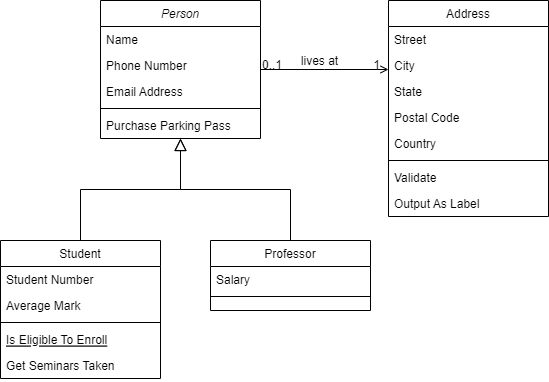
Before: Module4/ProgrammingAssignment/ChapterThirteenExercise/GeometricObjectUML.png, a diagram exported from draw.io (njlowhorn/Java_Class). Source tidied: cells renumbered, new cells last; positions are measured from the earlier drawing's top-left corner, leaving out a move shared by most shapes.
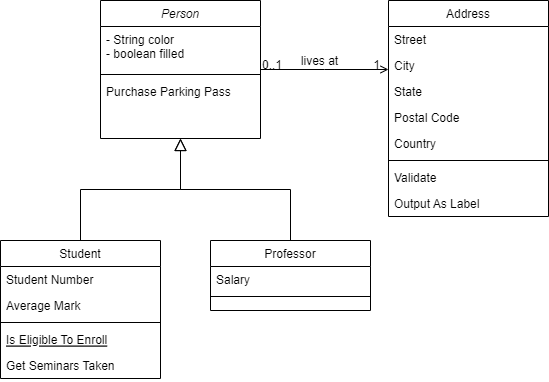
The same file after the commit.

Diff of the diagram source:
```diff
@@ -5,20 +5,14 @@
     <mxCell id="2" value="Person" style="swimlane;fontStyle=2;align=center;verticalAlign=top;horizontal=1;startSize=26;rounded=0;shadow=0;strokeWidth=1;" parent="1" vertex="1">
       <mxGeometry x="100" width="160" height="138" as="geometry" />
     </mxCell>
-    <mxCell id="3" value="Name" style="text;align=left;verticalAlign=top;spacingLeft=4;spacingRight=4;overflow=hidden;" parent="2" vertex="1">
-      <mxGeometry y="26" width="160" height="26" as="geometry" />
+    <mxCell id="3" value="- String color&#10;- boolean filled" style="text;align=left;verticalAlign=top;spacingLeft=4;spacingRight=4;overflow=hidden;" parent="2" vertex="1">
+      <mxGeometry y="26" width="160" height="44" as="geometry" />
     </mxCell>
-    <mxCell id="4" value="Phone Number" style="text;align=left;verticalAlign=top;spacingLeft=4;spacingRight=4;overflow=hidden;rounded=0;shadow=0;html=0;" parent="2" vertex="1">
-      <mxGeometry y="52" width="160" height="26" as="geometry" />
-    </mxCell>
-    <mxCell id="5" value="Email Address" style="text;align=left;verticalAlign=top;spacingLeft=4;spacingRight=4;overflow=hidden;rounded=0;shadow=0;html=0;" parent="2" vertex="1">
-      <mxGeometry y="78" width="160" height="26" as="geometry" />
-    </mxCell>
     <mxCell id="6" style="line;html=1;strokeWidth=1;align=left;verticalAlign=middle;spacingTop=-1;spacingLeft=3;spacingRight=3;labelPosition=right;" parent="2" vertex="1">
-      <mxGeometry y="104" width="160" height="8" as="geometry" />
+      <mxGeometry y="70" width="160" height="8" as="geometry" />
     </mxCell>
     <mxCell id="7" value="Purchase Parking Pass" style="text;align=left;verticalAlign=top;spacingLeft=4;spacingRight=4;overflow=hidden;" parent="2" vertex="1">
-      <mxGeometry y="112" width="160" height="26" as="geometry" />
+      <mxGeometry y="78" width="160" height="26" as="geometry" />
     </mxCell>
     <mxCell id="8" value="Student" style="swimlane;fontStyle=0;align=center;verticalAlign=top;horizontal=1;startSize=26;rounded=0;shadow=0;strokeWidth=1;" parent="1" vertex="1">
       <mxGeometry y="240" width="160" height="138" as="geometry" />
```
